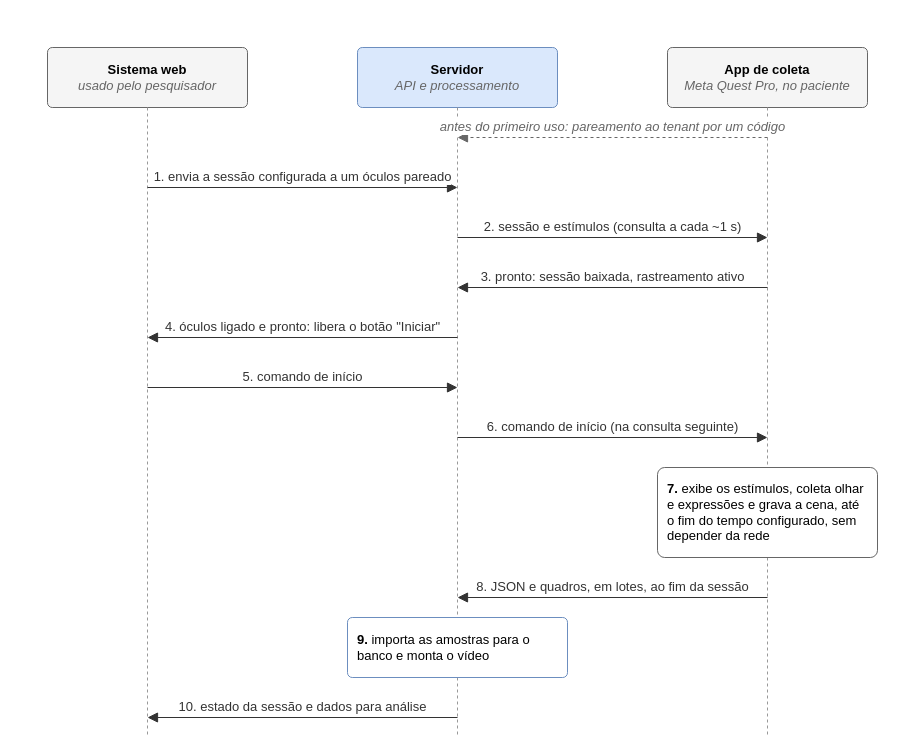
Earlier version of the draw.io diagram page "Figura – Fluxo de uma sessão" (2 of 2) of Especificacao/Arquitetura-NeuroSight.drawio (joaozanini/tcc1). Source tidied: cells renumbered, new cells numbered last; positions are measured from the earlier drawing's top-left corner, leaving out a move shared by most shapes. Both pictures are drawn from the tidied source at 100%, with x=0, y=0 at pixel (47, 47).
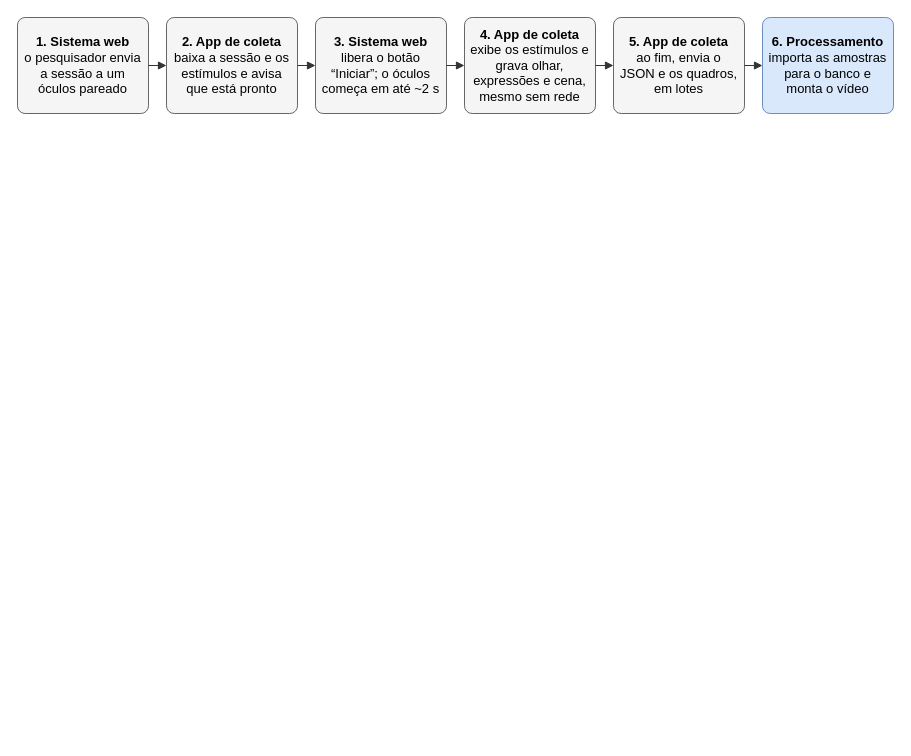
The same diagram, later.

What changed in the source:
```diff
@@
-    <mxCell id="2" value="&lt;b&gt;Sistema web&lt;/b&gt;&lt;br&gt;&lt;font color=&quot;#666666&quot;&gt;&lt;i&gt;usado pelo pesquisador&lt;/i&gt;&lt;/font&gt;" style="rounded=1;arcSize=8;whiteSpace=wrap;html=1;fillColor=#F5F5F5;strokeColor=#666666;fontSize=13;align=center;verticalAlign=middle;" parent="1" vertex="1">
-      <mxGeometry width="200" height="60" as="geometry" />
-    </mxCell>
-    <mxCell id="3" value="&lt;b&gt;Servidor&lt;/b&gt;&lt;br&gt;&lt;font color=&quot;#666666&quot;&gt;&lt;i&gt;API e processamento&lt;/i&gt;&lt;/font&gt;" style="rounded=1;arcSize=8;whiteSpace=wrap;html=1;fillColor=#DAE8FC;strokeColor=#6C8EBF;fontSize=13;align=center;verticalAlign=middle;" parent="1" vertex="1">
-      <mxGeometry x="310" width="200" height="60" as="geometry" />
-    </mxCell>
-    <mxCell id="4" value="&lt;b&gt;App de coleta&lt;/b&gt;&lt;br&gt;&lt;font color=&quot;#666666&quot;&gt;&lt;i&gt;Meta Quest Pro, no paciente&lt;/i&gt;&lt;/font&gt;" style="rounded=1;arcSize=8;whiteSpace=wrap;html=1;fillColor=#F5F5F5;strokeColor=#666666;fontSize=13;align=center;verticalAlign=middle;" parent="1" vertex="1">
-      <mxGeometry x="620" width="200" height="60" as="geometry" />
-    </mxCell>
-    <mxCell id="5" style="endArrow=none;dashed=1;html=1;strokeColor=#999999;" parent="1" edge="1" source="2">
-      <mxGeometry relative="1" as="geometry">
-        <mxPoint x="100" y="690" as="targetPoint" />
-      </mxGeometry>
-    </mxCell>
-    <mxCell id="6" style="endArrow=none;dashed=1;html=1;strokeColor=#999999;" parent="1" edge="1" source="3">
-      <mxGeometry relative="1" as="geometry">
-        <mxPoint x="410" y="690" as="targetPoint" />
-      </mxGeometry>
-    </mxCell>
-    <mxCell id="7" style="endArrow=none;dashed=1;html=1;strokeColor=#999999;" parent="1" edge="1" source="4">
-      <mxGeometry relative="1" as="geometry">
-        <mxPoint x="720" y="690" as="targetPoint" />
-      </mxGeometry>
-    </mxCell>
-    <mxCell id="8" value="&lt;i&gt;antes do primeiro uso: pareamento ao tenant por um código&lt;/i&gt;" style="endArrow=block;endFill=1;endSize=8;dashed=1;html=1;strokeColor=#666666;fontSize=13;fontColor=#666666;verticalAlign=bottom;labelBackgroundColor=#FFFFFF;" parent="1" edge="1">
-      <mxGeometry relative="1" as="geometry">
-        <mxPoint x="720" y="90" as="sourcePoint" />
-        <mxPoint x="410" y="90" as="targetPoint" />
-      </mxGeometry>
-    </mxCell>
-    <mxCell id="9" value="1. envia a sessão configurada a um óculos pareado" style="endArrow=block;endFill=1;endSize=8;html=1;strokeColor=#333333;fontSize=13;fontColor=#333333;verticalAlign=bottom;labelBackgroundColor=#FFFFFF;" parent="1" edge="1">
-      <mxGeometry relative="1" as="geometry">
-        <mxPoint x="100" y="140" as="sourcePoint" />
-        <mxPoint x="410" y="140" as="targetPoint" />
-      </mxGeometry>
-    </mxCell>
-    <mxCell id="10" value="2. sessão e estímulos (consulta a cada ~1 s)" style="endArrow=block;endFill=1;endSize=8;html=1;strokeColor=#333333;fontSize=13;fontColor=#333333;verticalAlign=bottom;labelBackgroundColor=#FFFFFF;" parent="1" edge="1">
-      <mxGeometry relative="1" as="geometry">
-        <mxPoint x="410" y="190" as="sourcePoint" />
-        <mxPoint x="720" y="190" as="targetPoint" />
-      </mxGeometry>
-    </mxCell>
-    <mxCell id="11" value="3. pronto: sessão baixada, rastreamento ativo" style="endArrow=block;endFill=1;endSize=8;html=1;strokeColor=#333333;fontSize=13;fontColor=#333333;verticalAlign=bottom;labelBackgroundColor=#FFFFFF;" parent="1" edge="1">
-      <mxGeometry relative="1" as="geometry">
-        <mxPoint x="720" y="240" as="sourcePoint" />
-        <mxPoint x="410" y="240" as="targetPoint" />
-      </mxGeometry>
-    </mxCell>
-    <mxCell id="12" value="4. óculos ligado e pronto: libera o botão &quot;Iniciar&quot;" style="endArrow=block;endFill=1;endSize=8;html=1;strokeColor=#333333;fontSize=13;fontColor=#333333;verticalAlign=bottom;labelBackgroundColor=#FFFFFF;" parent="1" edge="1">
-      <mxGeometry relative="1" as="geometry">
-        <mxPoint x="410" y="290" as="sourcePoint" />
-        <mxPoint x="100" y="290" as="targetPoint" />
-      </mxGeometry>
-    </mxCell>
-    <mxCell id="13" value="5. comando de início" style="endArrow=block;endFill=1;endSize=8;html=1;strokeColor=#333333;fontSize=13;fontColor=#333333;verticalAlign=bottom;labelBackgroundColor=#FFFFFF;" parent="1" edge="1">
-      <mxGeometry relative="1" as="geometry">
-        <mxPoint x="100" y="340" as="sourcePoint" />
-        <mxPoint x="410" y="340" as="targetPoint" />
-      </mxGeometry>
-    </mxCell>
-    <mxCell id="14" value="6. comando de início (na consulta seguinte)" style="endArrow=block;endFill=1;endSize=8;html=1;strokeColor=#333333;fontSize=13;fontColor=#333333;verticalAlign=bottom;labelBackgroundColor=#FFFFFF;" parent="1" edge="1">
-      <mxGeometry relative="1" as="geometry">
-        <mxPoint x="410" y="390" as="sourcePoint" />
-        <mxPoint x="720" y="390" as="targetPoint" />
-      </mxGeometry>
-    </mxCell>
-    <mxCell id="15" value="&lt;b&gt;7.&lt;/b&gt; exibe os estímulos, coleta olhar e expressões e grava a cena, até o fim do tempo configurado, sem depender da rede" style="rounded=1;arcSize=8;whiteSpace=wrap;html=1;fillColor=#FFFFFF;strokeColor=#666666;fontSize=13;align=left;verticalAlign=middle;spacingLeft=8;spacingRight=8;" parent="1" vertex="1">
-      <mxGeometry x="610" y="420" width="220" height="90" as="geometry" />
-    </mxCell>
-    <mxCell id="16" value="8. JSON e quadros, em lotes, ao fim da sessão" style="endArrow=block;endFill=1;endSize=8;html=1;strokeColor=#333333;fontSize=13;fontColor=#333333;verticalAlign=bottom;labelBackgroundColor=#FFFFFF;" parent="1" edge="1">
-      <mxGeometry relative="1" as="geometry">
-        <mxPoint x="720" y="550" as="sourcePoint" />
-        <mxPoint x="410" y="550" as="targetPoint" />
-      </mxGeometry>
-    </mxCell>
-    <mxCell id="17" value="&lt;b&gt;9.&lt;/b&gt; importa as amostras para o banco e monta o vídeo" style="rounded=1;arcSize=8;whiteSpace=wrap;html=1;fillColor=#FFFFFF;strokeColor=#6C8EBF;fontSize=13;align=left;verticalAlign=middle;spacingLeft=8;spacingRight=8;" parent="1" vertex="1">
-      <mxGeometry x="300" y="570" width="220" height="60" as="geometry" />
-    </mxCell>
-    <mxCell id="18" value="10. estado da sessão e dados para análise" style="endArrow=block;endFill=1;endSize=8;html=1;strokeColor=#333333;fontSize=13;fontColor=#333333;verticalAlign=bottom;labelBackgroundColor=#FFFFFF;" parent="1" edge="1">
-      <mxGeometry relative="1" as="geometry">
-        <mxPoint x="410" y="670" as="sourcePoint" />
-        <mxPoint x="100" y="670" as="targetPoint" />
-      </mxGeometry>
-    </mxCell>
+    <mxCell id="19" value="&lt;b&gt;1. Sistema web&lt;/b&gt;&lt;br&gt;o pesquisador envia a sessão a um óculos pareado" style="rounded=1;arcSize=8;whiteSpace=wrap;html=1;fillColor=#F5F5F5;strokeColor=#666666;fontSize=13;align=center;verticalAlign=middle;spacingLeft=4;spacingRight=4;" parent="1" vertex="1">
+      <mxGeometry x="-30" y="-30" width="131" height="96" as="geometry" />
+    </mxCell>
+    <mxCell id="20" value="&lt;b&gt;2. App de coleta&lt;/b&gt;&lt;br&gt;baixa a sessão e os estímulos e avisa que está pronto" style="rounded=1;arcSize=8;whiteSpace=wrap;html=1;fillColor=#F5F5F5;strokeColor=#666666;fontSize=13;align=center;verticalAlign=middle;spacingLeft=4;spacingRight=4;" parent="1" vertex="1">
+      <mxGeometry x="119" y="-30" width="131" height="96" as="geometry" />
+    </mxCell>
+    <mxCell id="21" value="&lt;b&gt;3. Sistema web&lt;/b&gt;&lt;br&gt;libera o botão “Iniciar”; o óculos começa em até ~2 s" style="rounded=1;arcSize=8;whiteSpace=wrap;html=1;fillColor=#F5F5F5;strokeColor=#666666;fontSize=13;align=center;verticalAlign=middle;spacingLeft=4;spacingRight=4;" parent="1" vertex="1">
+      <mxGeometry x="268" y="-30" width="131" height="96" as="geometry" />
+    </mxCell>
+    <mxCell id="22" value="&lt;b&gt;4. App de coleta&lt;/b&gt;&lt;br&gt;exibe os estímulos e grava olhar, expressões e cena, mesmo sem rede" style="rounded=1;arcSize=8;whiteSpace=wrap;html=1;fillColor=#F5F5F5;strokeColor=#666666;fontSize=13;align=center;verticalAlign=middle;spacingLeft=4;spacingRight=4;" parent="1" vertex="1">
+      <mxGeometry x="417" y="-30" width="131" height="96" as="geometry" />
+    </mxCell>
+    <mxCell id="23" value="&lt;b&gt;5. App de coleta&lt;/b&gt;&lt;br&gt;ao fim, envia o JSON e os quadros, em lotes" style="rounded=1;arcSize=8;whiteSpace=wrap;html=1;fillColor=#F5F5F5;strokeColor=#666666;fontSize=13;align=center;verticalAlign=middle;spacingLeft=4;spacingRight=4;" parent="1" vertex="1">
+      <mxGeometry x="566" y="-30" width="131" height="96" as="geometry" />
+    </mxCell>
+    <mxCell id="24" value="&lt;b&gt;6. Processamento&lt;/b&gt;&lt;br&gt;importa as amostras para o banco e monta o vídeo" style="rounded=1;arcSize=8;whiteSpace=wrap;html=1;fillColor=#DAE8FC;strokeColor=#6C8EBF;fontSize=13;align=center;verticalAlign=middle;spacingLeft=4;spacingRight=4;" parent="1" vertex="1">
+      <mxGeometry x="715" y="-30" width="131" height="96" as="geometry" />
+    </mxCell>
+    <mxCell id="25" style="rounded=0;html=1;endArrow=block;endFill=1;endSize=6;strokeColor=#333333;exitX=1;exitY=0.5;exitDx=0;exitDy=0;entryX=0;entryY=0.5;entryDx=0;entryDy=0;" parent="1" edge="1" source="19" target="20">
+      <mxGeometry relative="1" as="geometry" />
+    </mxCell>
+    <mxCell id="26" style="rounded=0;html=1;endArrow=block;endFill=1;endSize=6;strokeColor=#333333;exitX=1;exitY=0.5;exitDx=0;exitDy=0;entryX=0;entryY=0.5;entryDx=0;entryDy=0;" parent="1" edge="1" source="20" target="21">
+      <mxGeometry relative="1" as="geometry" />
+    </mxCell>
+    <mxCell id="27" style="rounded=0;html=1;endArrow=block;endFill=1;endSize=6;strokeColor=#333333;exitX=1;exitY=0.5;exitDx=0;exitDy=0;entryX=0;entryY=0.5;entryDx=0;entryDy=0;" parent="1" edge="1" source="21" target="22">
+      <mxGeometry relative="1" as="geometry" />
+    </mxCell>
+    <mxCell id="28" style="rounded=0;html=1;endArrow=block;endFill=1;endSize=6;strokeColor=#333333;exitX=1;exitY=0.5;exitDx=0;exitDy=0;entryX=0;entryY=0.5;entryDx=0;entryDy=0;" parent="1" edge="1" source="22" target="23">
+      <mxGeometry relative="1" as="geometry" />
+    </mxCell>
+    <mxCell id="29" style="rounded=0;html=1;endArrow=block;endFill=1;endSize=6;strokeColor=#333333;exitX=1;exitY=0.5;exitDx=0;exitDy=0;entryX=0;entryY=0.5;entryDx=0;entryDy=0;" parent="1" edge="1" source="23" target="24">
+      <mxGeometry relative="1" as="geometry" />
+    </mxCell>
```
